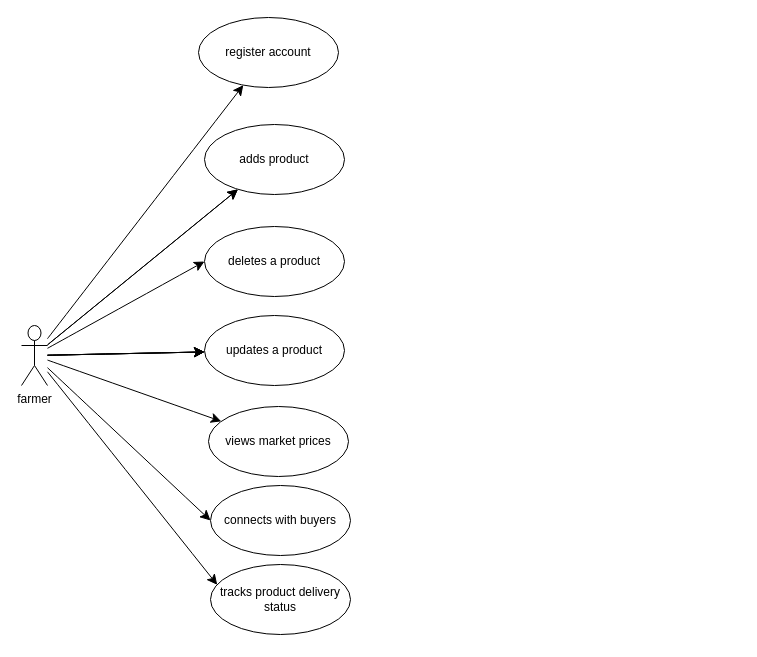
ivykimani/first-project keeps this draw.io diagram as Untitled Diagram.drawio. Above is the earlier version. Source tidied: cells renumbered, new cells numbered last; positions are measured from the earlier drawing's top-left corner, leaving out a move shared by most shapes. Both pictures are drawn from the tidied source at 100%, with x=0, y=0 at pixel (21, 17).
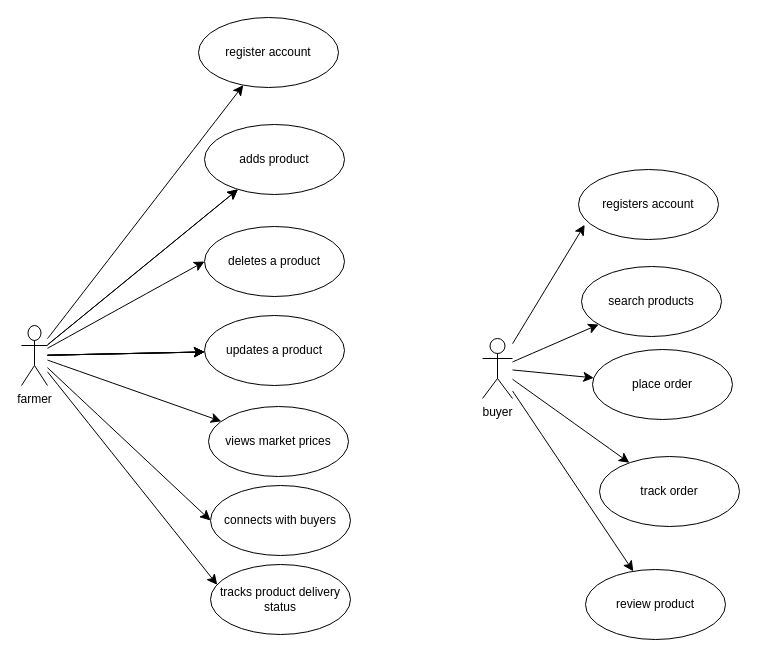
The same diagram, later.

Change to the diagram source:
```diff
@@
+    <mxCell id="21" style="edgeStyle=none;curved=1;rounded=0;jettySize=auto;html=1;fontSize=12;startSize=8;endSize=8;" parent="1" edge="1" source="25" target="26">
+      <mxGeometry relative="1" as="geometry" />
+    </mxCell>
+    <mxCell id="22" style="edgeStyle=none;curved=1;rounded=0;jettySize=auto;html=1;fontSize=12;startSize=8;endSize=8;" parent="1" edge="1" source="25" target="30">
+      <mxGeometry relative="1" as="geometry" />
+    </mxCell>
+    <mxCell id="23" style="edgeStyle=none;curved=1;rounded=0;jettySize=auto;html=1;fontSize=12;startSize=8;endSize=8;" parent="1" edge="1" source="25" target="29">
+      <mxGeometry relative="1" as="geometry" />
+    </mxCell>
+    <mxCell id="24" style="edgeStyle=none;curved=1;rounded=0;jettySize=auto;html=1;fontSize=12;startSize=8;endSize=8;" parent="1" edge="1" source="25" target="27">
+      <mxGeometry relative="1" as="geometry" />
+    </mxCell>
+    <mxCell id="25" value="buyer" style="shape=umlActor;verticalLabelPosition=bottom;verticalAlign=top;html=1;" parent="1" vertex="1">
+      <mxGeometry x="461" y="321" width="30" height="60" as="geometry" />
+    </mxCell>
+    <mxCell id="26" value="place order" style="ellipse;whiteSpace=wrap;html=1;" parent="1" vertex="1">
+      <mxGeometry x="571" y="332" width="140" height="70" as="geometry" />
+    </mxCell>
+    <mxCell id="27" value="search products" style="ellipse;whiteSpace=wrap;html=1;" parent="1" vertex="1">
+      <mxGeometry x="560" y="249" width="140" height="70" as="geometry" />
+    </mxCell>
+    <mxCell id="28" value="registers account" style="ellipse;whiteSpace=wrap;html=1;" parent="1" vertex="1">
+      <mxGeometry x="557" y="152" width="140" height="70" as="geometry" />
+    </mxCell>
+    <mxCell id="29" value="review product" style="ellipse;whiteSpace=wrap;html=1;" parent="1" vertex="1">
+      <mxGeometry x="564" y="552" width="140" height="70" as="geometry" />
+    </mxCell>
+    <mxCell id="30" value="track order" style="ellipse;whiteSpace=wrap;html=1;" parent="1" vertex="1">
+      <mxGeometry x="578" y="439" width="140" height="70" as="geometry" />
+    </mxCell>
+    <mxCell id="31" style="edgeStyle=none;curved=1;rounded=0;jettySize=auto;html=1;entryX=0.044;entryY=0.79;entryDx=0;entryDy=0;entryPerimeter=0;fontSize=12;startSize=8;endSize=8;" parent="1" edge="1" source="25" target="28">
+      <mxGeometry relative="1" as="geometry" />
+    </mxCell>
```
